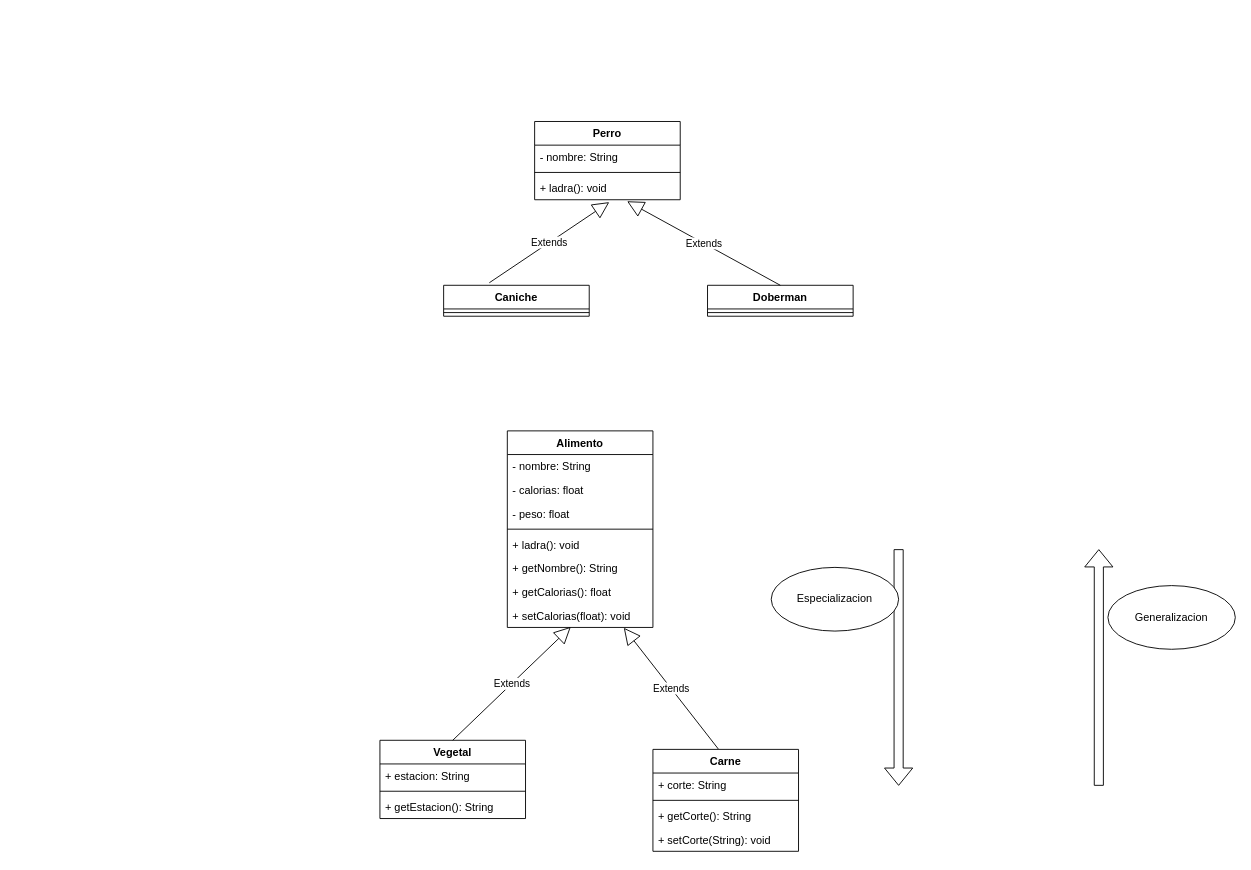
Above: page "Clase-3" (2 of 2) of analisis_sistemas_c2.drawio in centrodph/Diagrams (draw.io), before the change. Source tidied: cells renumbered, new cells numbered last; positions are measured from the earlier drawing's top-left corner, leaving out a move shared by most shapes. Both pictures are drawn from the tidied source at 91%, with x=0, y=0 at pixel (379, 121).
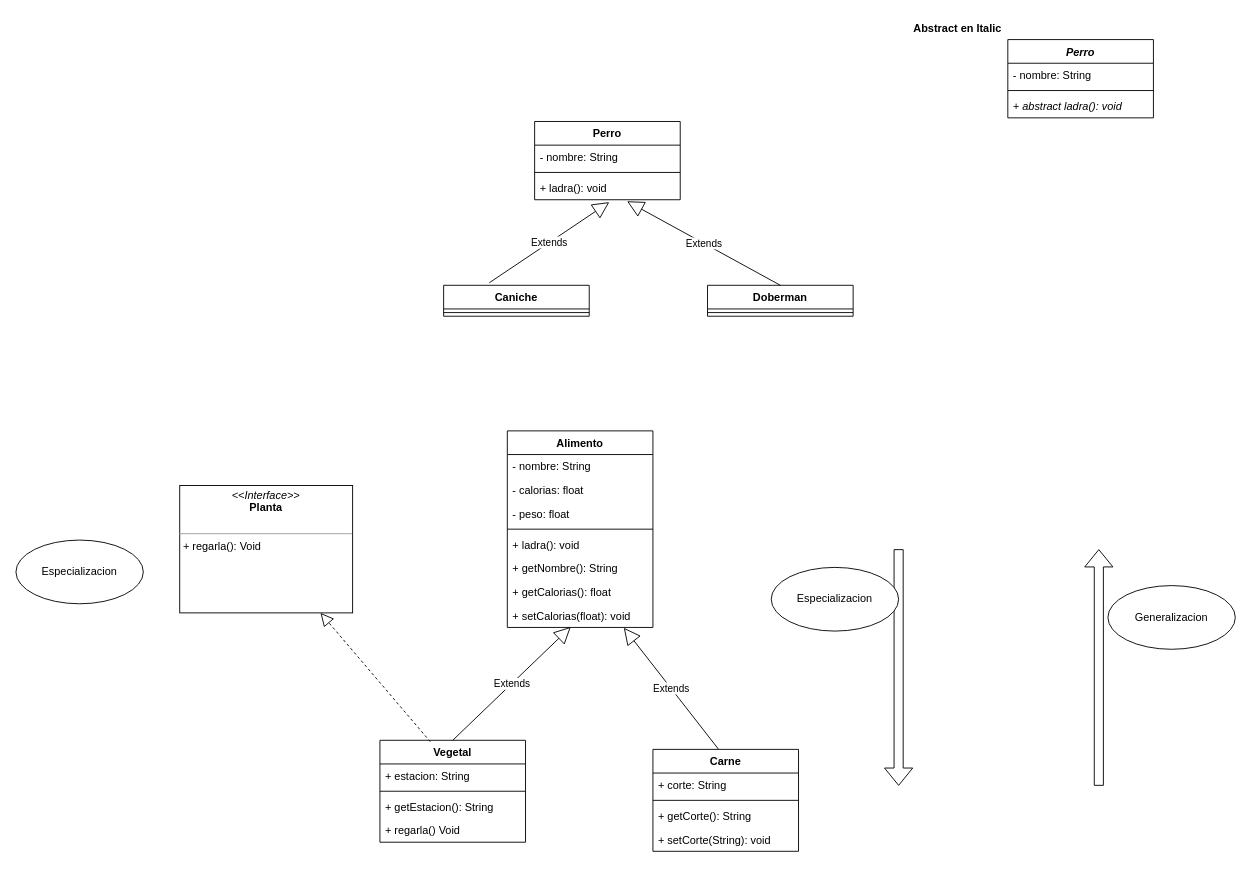
The same page after the edit.

The edit, as a diff of the source:
```diff
@@
     <mxCell id="21" value="Vegetal" style="swimlane;fontStyle=1;align=center;verticalAlign=top;horizontal=1;startSize=26;" parent="1" vertex="1">
-      <mxGeometry y="680" width="160" height="86" as="geometry" />
+      <mxGeometry y="680" width="160" height="112" as="geometry" />
     </mxCell>
@@
+    <mxCell id="36" value="+ regarla() Void" style="text;strokeColor=none;fillColor=none;align=left;verticalAlign=top;spacingLeft=4;spacingRight=4;overflow=hidden;" parent="21" vertex="1">
+      <mxGeometry y="86" width="160" height="26" as="geometry" />
+    </mxCell>
@@
+    <mxCell id="37" value="Perro" style="swimlane;fontStyle=3;align=center;verticalAlign=top;horizontal=1;startSize=26;" parent="1" vertex="1">
+      <mxGeometry x="690" y="-90" width="160" height="86" as="geometry" />
+    </mxCell>
+    <mxCell id="38" value="- nombre: String" style="text;strokeColor=none;fillColor=none;align=left;verticalAlign=top;spacingLeft=4;spacingRight=4;overflow=hidden;" parent="37" vertex="1">
+      <mxGeometry y="26" width="160" height="26" as="geometry" />
+    </mxCell>
+    <mxCell id="39" style="line;strokeWidth=1;fillColor=none;align=left;verticalAlign=middle;spacingTop=-1;spacingLeft=3;spacingRight=3;labelPosition=right;" parent="37" vertex="1">
+      <mxGeometry y="52" width="160" height="8" as="geometry" />
+    </mxCell>
+    <mxCell id="40" value="+ abstract ladra(): void" style="text;strokeColor=none;fillColor=none;align=left;verticalAlign=top;spacingLeft=4;spacingRight=4;overflow=hidden;fontStyle=2;" parent="37" vertex="1">
+      <mxGeometry y="60" width="160" height="26" as="geometry" />
+    </mxCell>
+    <mxCell id="41" value="Abstract en Italic" style="text;align=center;fontStyle=1;verticalAlign=middle;spacingLeft=3;spacingRight=3;strokeColor=none;" parent="1" vertex="1">
+      <mxGeometry x="550" y="-116" width="170" height="26" as="geometry" />
+    </mxCell>
+    <mxCell id="42" value="Especializacion" style="ellipse;whiteSpace=wrap;html=1;" parent="1" vertex="1">
+      <mxGeometry x="-400" y="460" width="140" height="70" as="geometry" />
+    </mxCell>
+    <mxCell id="43" value="&lt;p style=&quot;margin:0px;margin-top:4px;text-align:center;&quot;&gt;&lt;i&gt;&amp;lt;&amp;lt;Interface&amp;gt;&amp;gt;&lt;/i&gt;&lt;br&gt;&lt;b&gt;Planta&lt;/b&gt;&lt;/p&gt;&lt;br&gt;&lt;hr size=&quot;1&quot;&gt;&lt;p style=&quot;margin:0px;margin-left:4px;&quot;&gt;+ regarla(): Void&lt;br&gt;&lt;br&gt;&lt;/p&gt;" style="verticalAlign=top;align=left;overflow=fill;fontSize=12;fontFamily=Helvetica;html=1;" parent="1" vertex="1">
+      <mxGeometry x="-220" y="400" width="190" height="140" as="geometry" />
+    </mxCell>
+    <mxCell id="44" style="endArrow=block;dashed=1;endFill=0;endSize=12;html=1;rounded=0;exitX=0.346;exitY=0.014;exitDx=0;exitDy=0;exitPerimeter=0;" parent="1" edge="1" source="21" target="43">
+      <mxGeometry relative="1" as="geometry" />
+    </mxCell>
```
